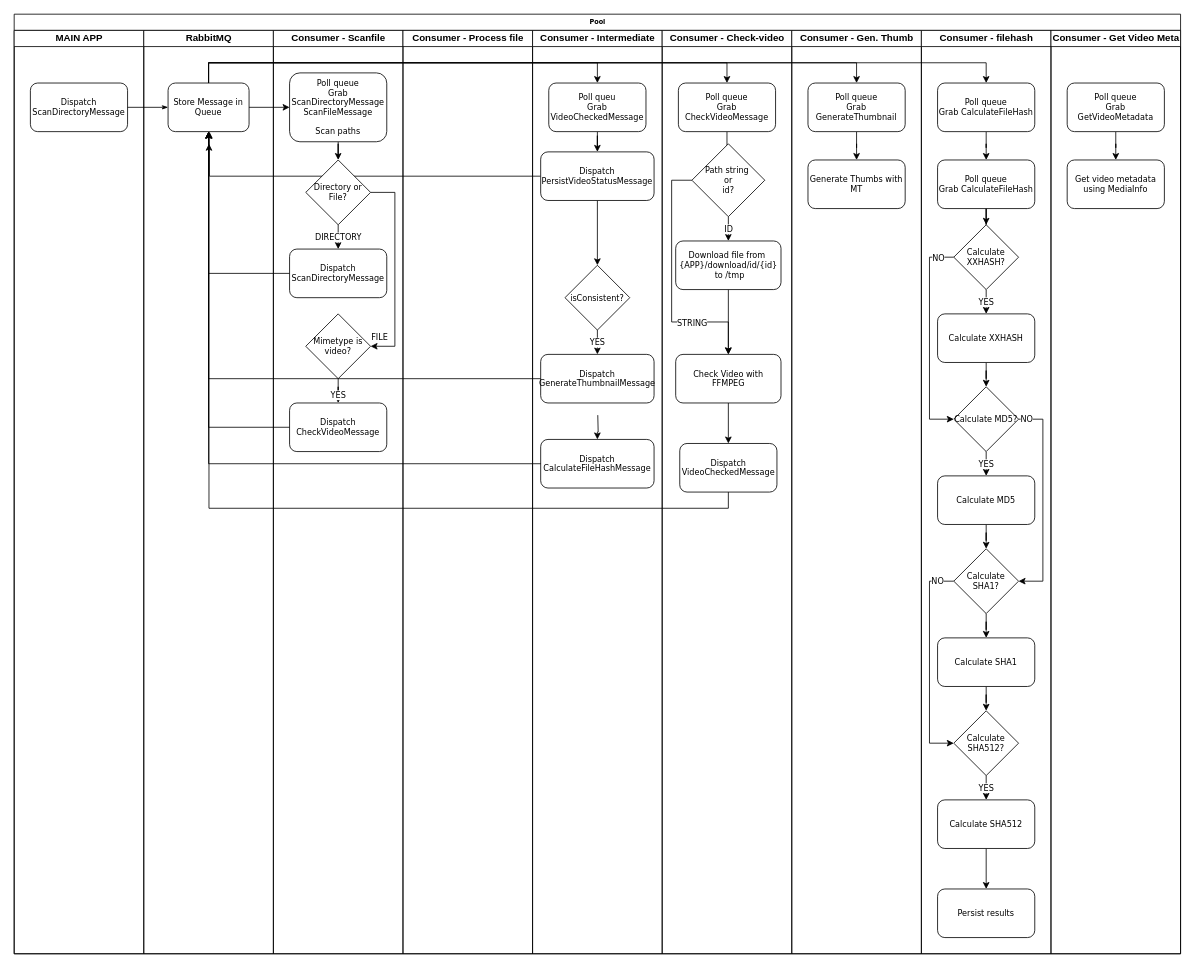
Above: diagrams/Untitled Diagram.drawio in PBXg33k/php-jav-toolbox-api (draw.io), before the change. Source tidied: cells renumbered, new cells numbered last; positions are measured from the earlier drawing's top-left corner, leaving out a move shared by most shapes. Both pictures are drawn from the tidied source at 81%, with x=0, y=0 at pixel (14, 14).
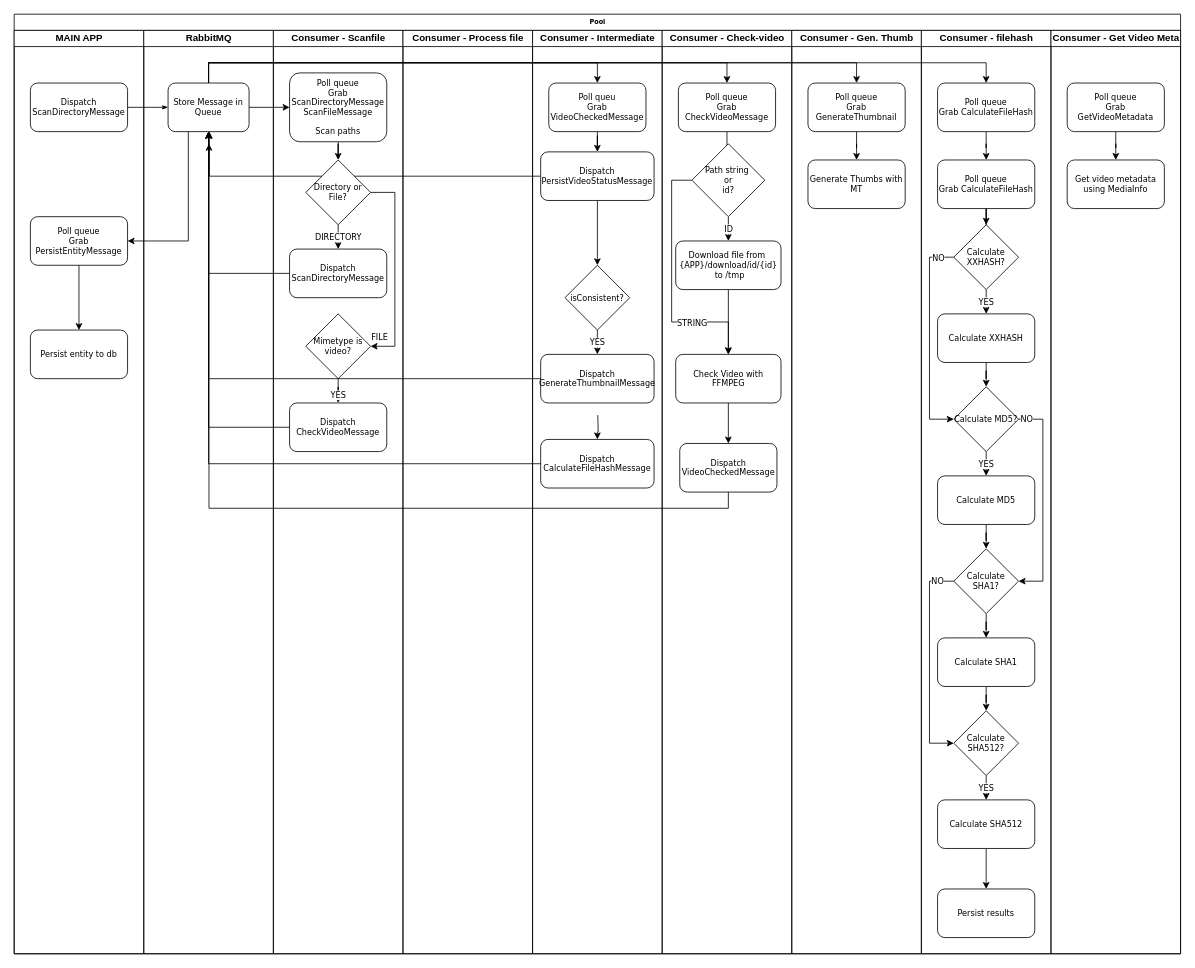
After the change.

The change refers to these unchanged cells:
```xml
<mxCell id="2" value="Pool" style="swimlane;html=1;startSize=20;rounded=0;shadow=0;labelBackgroundColor=none;strokeWidth=1;fontFamily=Verdana;fontSize=8;align=center;" parent="1" vertex="1">
  <mxGeometry width="1440" height="1160" as="geometry" />
</mxCell>
<mxCell id="5" value="MAIN APP" style="swimlane;html=1;startSize=20;" parent="2" vertex="1">
  <mxGeometry y="20" width="160" height="1140" as="geometry" />
</mxCell>
<mxCell id="9" value="Store Message in Queue" style="rounded=1;whiteSpace=wrap;html=1;shadow=0;labelBackgroundColor=none;strokeWidth=1;fontFamily=Verdana;fontSize=10;align=center;" parent="8" vertex="1">
  <mxGeometry x="30" y="65" width="100" height="60" as="geometry" />
</mxCell>
```

What changed in the source:
```diff
@@
+    <mxCell id="88" style="edgeStyle=orthogonalEdgeStyle;rounded=0;jettySize=auto;html=1;fontFamily=Verdana;fontSize=10;" parent="5" edge="1" source="89" target="90">
+      <mxGeometry relative="1" as="geometry" />
+    </mxCell>
+    <mxCell id="89" value="Poll queue&lt;br&gt;Grab&lt;br&gt;PersistEntityMessage" style="rounded=1;whiteSpace=wrap;html=1;fontFamily=Verdana;fontSize=10;" parent="5" vertex="1">
+      <mxGeometry x="20" y="230" width="120" height="60" as="geometry" />
+    </mxCell>
+    <mxCell id="90" value="Persist entity to db" style="rounded=1;whiteSpace=wrap;html=1;fontFamily=Verdana;fontSize=10;" parent="5" vertex="1">
+      <mxGeometry x="20" y="370" width="120" height="60" as="geometry" />
+    </mxCell>
@@
+    <mxCell id="91" style="edgeStyle=orthogonalEdgeStyle;rounded=0;jettySize=auto;html=1;exitX=0.25;exitY=1;exitDx=0;exitDy=0;entryX=1;entryY=0.5;entryDx=0;entryDy=0;fontFamily=Verdana;fontSize=10;" parent="2" edge="1" source="9" target="89">
+      <mxGeometry relative="1" as="geometry" />
+    </mxCell>
```
